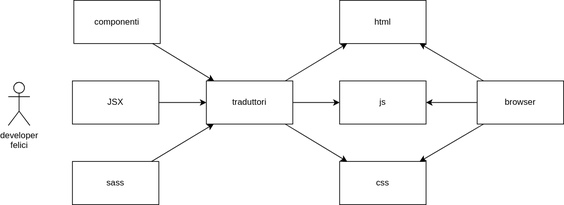
Earlier version of the draw.io export general/react.drawio.svg (henri-kapidani/WDPT0224). Source tidied: cells renumbered, new cells last; positions are measured from the earlier drawing's top-left corner, leaving out a move shared by most shapes.
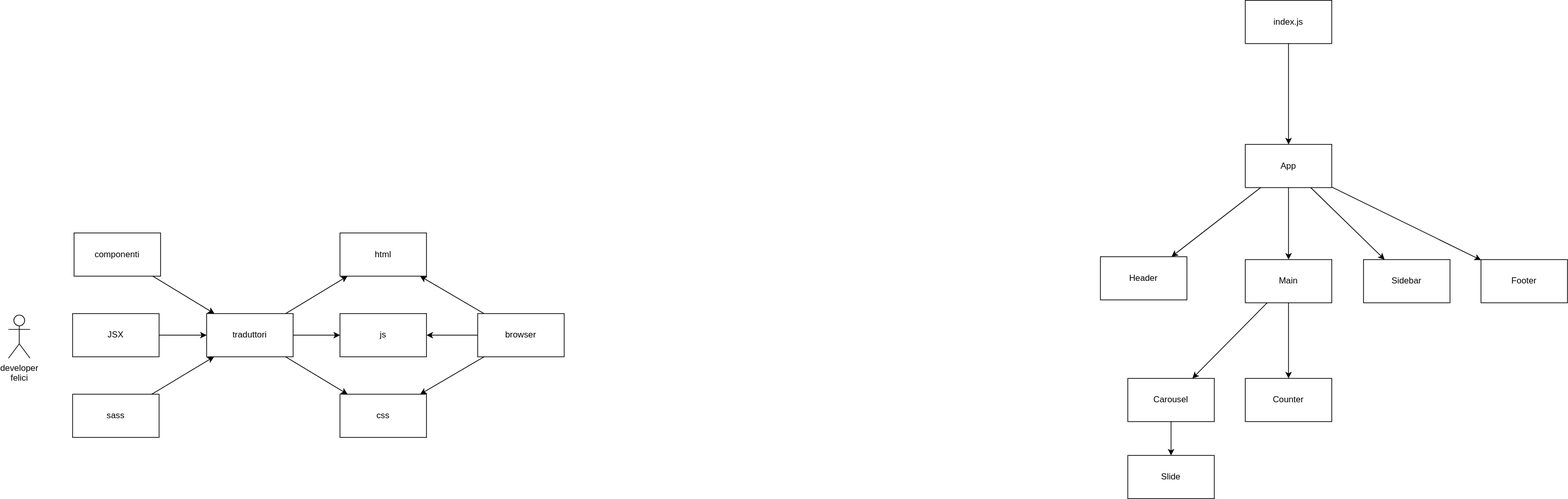
The same file after the commit.

The edit, as a diff of the source:
```diff
@@ -56,5 +56,56 @@
     <mxCell id="19" value="developer&lt;br&gt;felici" style="shape=umlActor;verticalLabelPosition=bottom;verticalAlign=top;html=1;" parent="1" vertex="1">
       <mxGeometry y="114" width="30" height="60" as="geometry" />
     </mxCell>
+    <mxCell id="20" style="edgeStyle=none;html=1;" parent="1" edge="1" source="24" target="26">
+      <mxGeometry relative="1" as="geometry" />
+    </mxCell>
+    <mxCell id="21" style="edgeStyle=none;html=1;" parent="1" edge="1" source="24" target="27">
+      <mxGeometry relative="1" as="geometry" />
+    </mxCell>
+    <mxCell id="22" style="edgeStyle=none;html=1;" parent="1" edge="1" source="24" target="30">
+      <mxGeometry relative="1" as="geometry" />
+    </mxCell>
+    <mxCell id="23" style="edgeStyle=none;html=1;" parent="1" edge="1" source="24" target="33">
+      <mxGeometry relative="1" as="geometry" />
+    </mxCell>
+    <mxCell id="24" value="App" style="whiteSpace=wrap;html=1;" parent="1" vertex="1">
+      <mxGeometry x="1716" y="-123" width="120" height="60" as="geometry" />
+    </mxCell>
+    <mxCell id="25" value="Counter" style="whiteSpace=wrap;html=1;" parent="1" vertex="1">
+      <mxGeometry x="1716" y="202" width="120" height="60" as="geometry" />
+    </mxCell>
+    <mxCell id="26" value="Header" style="whiteSpace=wrap;html=1;" parent="1" vertex="1">
+      <mxGeometry x="1515" y="33" width="120" height="60" as="geometry" />
+    </mxCell>
+    <mxCell id="27" value="Footer" style="whiteSpace=wrap;html=1;" parent="1" vertex="1">
+      <mxGeometry x="2043" y="37" width="120" height="60" as="geometry" />
+    </mxCell>
+    <mxCell id="28" style="edgeStyle=none;html=1;" parent="1" edge="1" source="30" target="32">
+      <mxGeometry relative="1" as="geometry" />
+    </mxCell>
+    <mxCell id="29" style="edgeStyle=none;html=1;" parent="1" edge="1" source="30" target="25">
+      <mxGeometry relative="1" as="geometry" />
+    </mxCell>
+    <mxCell id="30" value="Main" style="whiteSpace=wrap;html=1;" parent="1" vertex="1">
+      <mxGeometry x="1716" y="37" width="120" height="60" as="geometry" />
+    </mxCell>
+    <mxCell id="31" style="edgeStyle=none;html=1;" parent="1" edge="1" source="32" target="34">
+      <mxGeometry relative="1" as="geometry" />
+    </mxCell>
+    <mxCell id="32" value="Carousel" style="whiteSpace=wrap;html=1;" parent="1" vertex="1">
+      <mxGeometry x="1553" y="202" width="120" height="60" as="geometry" />
+    </mxCell>
+    <mxCell id="33" value="Sidebar" style="whiteSpace=wrap;html=1;" parent="1" vertex="1">
+      <mxGeometry x="1880" y="37" width="120" height="60" as="geometry" />
+    </mxCell>
+    <mxCell id="34" value="Slide" style="whiteSpace=wrap;html=1;" parent="1" vertex="1">
+      <mxGeometry x="1553" y="309" width="120" height="60" as="geometry" />
+    </mxCell>
+    <mxCell id="35" style="edgeStyle=none;html=1;" parent="1" edge="1" source="36" target="24">
+      <mxGeometry relative="1" as="geometry" />
+    </mxCell>
+    <mxCell id="36" value="index.js" style="whiteSpace=wrap;html=1;" parent="1" vertex="1">
+      <mxGeometry x="1716" y="-323" width="120" height="60" as="geometry" />
+    </mxCell>
   </root>
 </mxGraphModel>
```
